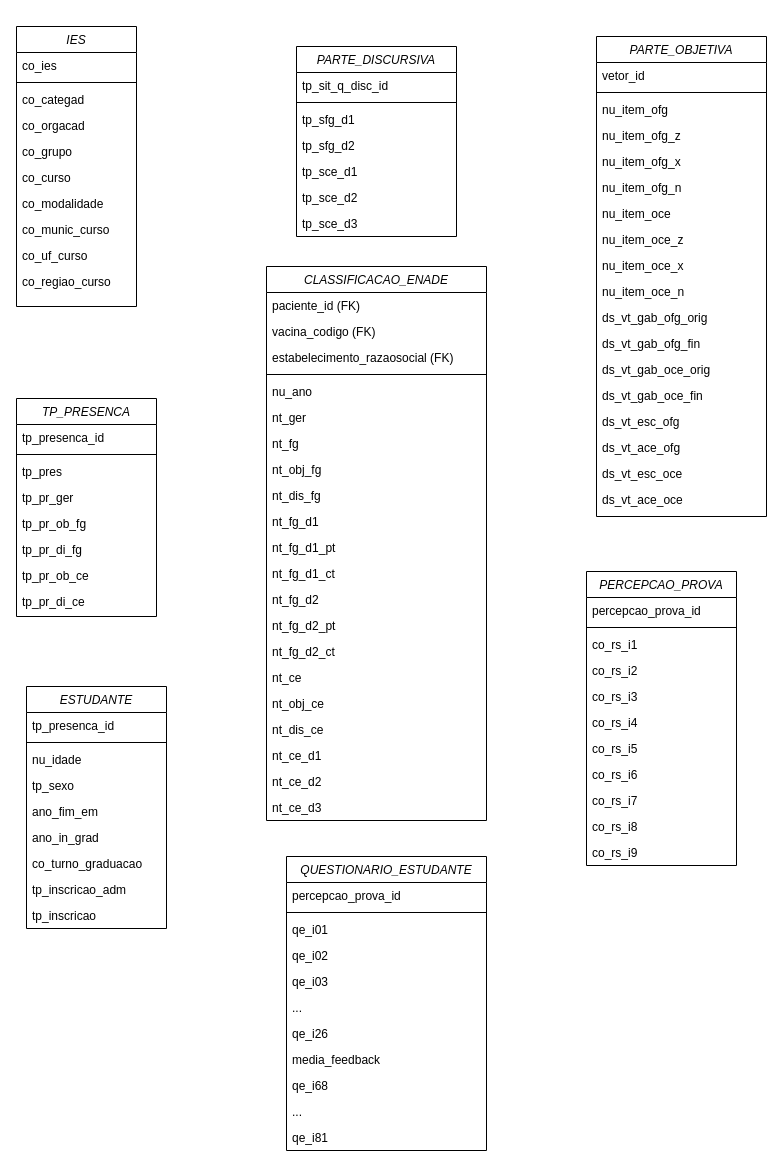
troclaux/dw-trabalho-final-individual keeps this draw.io diagram as arthur_modelo_individual.drawio. Above is the earlier version. Source tidied: cells renumbered, new cells numbered last; positions are measured from the earlier drawing's top-left corner, leaving out a move shared by most shapes. Both pictures are drawn from the tidied source at 100%, with x=0, y=0 at pixel (16, 26).
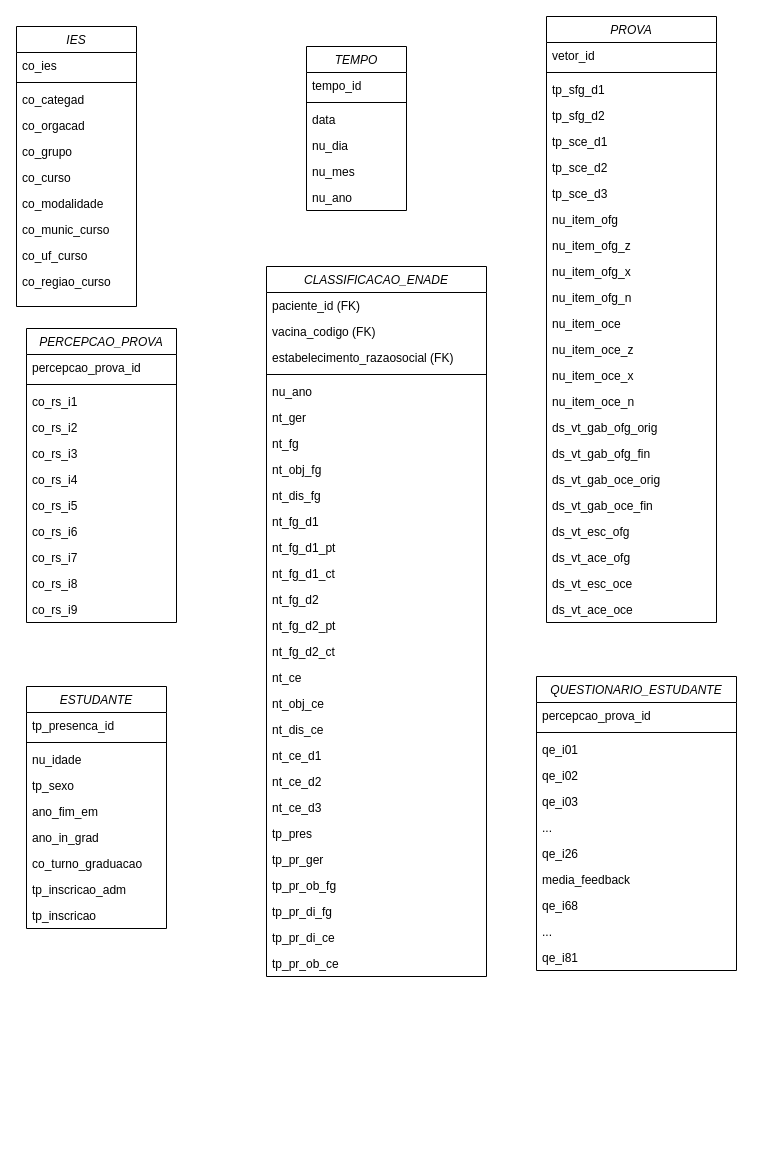
After the change.

Commit message (it also covers changes not shown here):
feat: adiciona tabela tempo

Change to the diagram source:
```diff
@@
     <mxCell id="13" value="CLASSIFICACAO_ENADE" style="swimlane;fontStyle=2;align=center;verticalAlign=top;horizontal=1;startSize=26;rounded=0;shadow=0;strokeWidth=1;" parent="1" vertex="1">
-      <mxGeometry x="250" y="240" width="220" height="554" as="geometry" />
+      <mxGeometry x="250" y="240" width="220" height="710" as="geometry" />
     </mxCell>
@@
+    <mxCell id="57" value="tp_pres" style="text;align=left;verticalAlign=top;spacingLeft=4;spacingRight=4;overflow=hidden;" parent="13" vertex="1">
+      <mxGeometry y="554" width="220" height="26" as="geometry" />
+    </mxCell>
+    <mxCell id="58" value="tp_pr_ger" style="text;align=left;verticalAlign=top;spacingLeft=4;spacingRight=4;overflow=hidden;" parent="13" vertex="1">
+      <mxGeometry y="580" width="220" height="26" as="geometry" />
+    </mxCell>
+    <mxCell id="59" value="tp_pr_ob_fg" style="text;align=left;verticalAlign=top;spacingLeft=4;spacingRight=4;overflow=hidden;" parent="13" vertex="1">
+      <mxGeometry y="606" width="220" height="26" as="geometry" />
+    </mxCell>
+    <mxCell id="60" value="tp_pr_di_fg" style="text;align=left;verticalAlign=top;spacingLeft=4;spacingRight=4;overflow=hidden;" parent="13" vertex="1">
+      <mxGeometry y="632" width="220" height="26" as="geometry" />
+    </mxCell>
+    <mxCell id="62" value="tp_pr_di_ce" style="text;align=left;verticalAlign=top;spacingLeft=4;spacingRight=4;overflow=hidden;" parent="13" vertex="1">
+      <mxGeometry y="658" width="220" height="26" as="geometry" />
+    </mxCell>
+    <mxCell id="61" value="tp_pr_ob_ce" style="text;align=left;verticalAlign=top;spacingLeft=4;spacingRight=4;overflow=hidden;" parent="13" vertex="1">
+      <mxGeometry y="684" width="220" height="26" as="geometry" />
+    </mxCell>
-    <mxCell id="35" value="PARTE_OBJETIVA" style="swimlane;fontStyle=2;align=center;verticalAlign=top;horizontal=1;startSize=26;rounded=0;shadow=0;strokeWidth=1;" parent="1" vertex="1">
-      <mxGeometry x="580" y="10" width="170" height="480" as="geometry" />
+    <mxCell id="35" value="PROVA" style="swimlane;fontStyle=2;align=center;verticalAlign=top;horizontal=1;startSize=26;rounded=0;shadow=0;strokeWidth=1;" parent="1" vertex="1">
+      <mxGeometry x="530" y="-10" width="170" height="606" as="geometry" />
     </mxCell>
@@
+    <mxCell id="66" value="tp_sfg_d1" style="text;align=left;verticalAlign=top;spacingLeft=4;spacingRight=4;overflow=hidden;" parent="35" vertex="1">
+      <mxGeometry y="60" width="170" height="26" as="geometry" />
+    </mxCell>
+    <mxCell id="67" value="tp_sfg_d2" style="text;align=left;verticalAlign=top;spacingLeft=4;spacingRight=4;overflow=hidden;" parent="35" vertex="1">
+      <mxGeometry y="86" width="170" height="26" as="geometry" />
+    </mxCell>
+    <mxCell id="68" value="tp_sce_d1" style="text;align=left;verticalAlign=top;spacingLeft=4;spacingRight=4;overflow=hidden;" parent="35" vertex="1">
+      <mxGeometry y="112" width="170" height="26" as="geometry" />
+    </mxCell>
+    <mxCell id="69" value="tp_sce_d2" style="text;align=left;verticalAlign=top;spacingLeft=4;spacingRight=4;overflow=hidden;" parent="35" vertex="1">
+      <mxGeometry y="138" width="170" height="26" as="geometry" />
+    </mxCell>
+    <mxCell id="70" value="tp_sce_d3" style="text;align=left;verticalAlign=top;spacingLeft=4;spacingRight=4;overflow=hidden;" parent="35" vertex="1">
+      <mxGeometry y="164" width="170" height="26" as="geometry" />
+    </mxCell>
     <mxCell id="38" value="nu_item_ofg" style="text;align=left;verticalAlign=top;spacingLeft=4;spacingRight=4;overflow=hidden;" parent="35" vertex="1">
-      <mxGeometry y="60" width="170" height="26" as="geometry" />
+      <mxGeometry y="190" width="170" height="26" as="geometry" />
     </mxCell>
     <mxCell id="39" value="nu_item_ofg_z" style="text;align=left;verticalAlign=top;spacingLeft=4;spacingRight=4;overflow=hidden;" parent="35" vertex="1">
-      <mxGeometry y="86" width="170" height="26" as="geometry" />
+      <mxGeometry y="216" width="170" height="26" as="geometry" />
     </mxCell>
     <mxCell id="40" value="nu_item_ofg_x" style="text;align=left;verticalAlign=top;spacingLeft=4;spacingRight=4;overflow=hidden;" parent="35" vertex="1">
-      <mxGeometry y="112" width="170" height="26" as="geometry" />
+      <mxGeometry y="242" width="170" height="26" as="geometry" />
     </mxCell>
     <mxCell id="41" value="nu_item_ofg_n" style="text;align=left;verticalAlign=top;spacingLeft=4;spacingRight=4;overflow=hidden;" parent="35" vertex="1">
-      <mxGeometry y="138" width="170" height="26" as="geometry" />
+      <mxGeometry y="268" width="170" height="26" as="geometry" />
     </mxCell>
     <mxCell id="42" value="nu_item_oce" style="text;align=left;verticalAlign=top;spacingLeft=4;spacingRight=4;overflow=hidden;" parent="35" vertex="1">
-      <mxGeometry y="164" width="170" height="26" as="geometry" />
+      <mxGeometry y="294" width="170" height="26" as="geometry" />
     </mxCell>
     <mxCell id="43" value="nu_item_oce_z" style="text;align=left;verticalAlign=top;spacingLeft=4;spacingRight=4;overflow=hidden;" parent="35" vertex="1">
-      <mxGeometry y="190" width="170" height="26" as="geometry" />
+      <mxGeometry y="320" width="170" height="26" as="geometry" />
     </mxCell>
     <mxCell id="44" value="nu_item_oce_x" style="text;align=left;verticalAlign=top;spacingLeft=4;spacingRight=4;overflow=hidden;" parent="35" vertex="1">
-      <mxGeometry y="216" width="170" height="26" as="geometry" />
+      <mxGeometry y="346" width="170" height="26" as="geometry" />
     </mxCell>
     <mxCell id="45" value="nu_item_oce_n" style="text;align=left;verticalAlign=top;spacingLeft=4;spacingRight=4;overflow=hidden;" parent="35" vertex="1">
-      <mxGeometry y="242" width="170" height="26" as="geometry" />
+      <mxGeometry y="372" width="170" height="26" as="geometry" />
     </mxCell>
     <mxCell id="46" value="ds_vt_gab_ofg_orig" style="text;align=left;verticalAlign=top;spacingLeft=4;spacingRight=4;overflow=hidden;" parent="35" vertex="1">
-      <mxGeometry y="268" width="170" height="26" as="geometry" />
+      <mxGeometry y="398" width="170" height="26" as="geometry" />
     </mxCell>
     <mxCell id="47" value="ds_vt_gab_ofg_fin" style="text;align=left;verticalAlign=top;spacingLeft=4;spacingRight=4;overflow=hidden;" parent="35" vertex="1">
-      <mxGeometry y="294" width="170" height="26" as="geometry" />
+      <mxGeometry y="424" width="170" height="26" as="geometry" />
     </mxCell>
     <mxCell id="48" value="ds_vt_gab_oce_orig" style="text;align=left;verticalAlign=top;spacingLeft=4;spacingRight=4;overflow=hidden;" parent="35" vertex="1">
-      <mxGeometry y="320" width="170" height="26" as="geometry" />
+      <mxGeometry y="450" width="170" height="26" as="geometry" />
     </mxCell>
     <mxCell id="49" value="ds_vt_gab_oce_fin" style="text;align=left;verticalAlign=top;spacingLeft=4;spacingRight=4;overflow=hidden;" parent="35" vertex="1">
-      <mxGeometry y="346" width="170" height="26" as="geometry" />
+      <mxGeometry y="476" width="170" height="26" as="geometry" />
     </mxCell>
     <mxCell id="50" value="ds_vt_esc_ofg" style="text;align=left;verticalAlign=top;spacingLeft=4;spacingRight=4;overflow=hidden;" parent="35" vertex="1">
-      <mxGeometry y="372" width="170" height="26" as="geometry" />
+      <mxGeometry y="502" width="170" height="26" as="geometry" />
     </mxCell>
     <mxCell id="51" value="ds_vt_ace_ofg" style="text;align=left;verticalAlign=top;spacingLeft=4;spacingRight=4;overflow=hidden;" parent="35" vertex="1">
-      <mxGeometry y="398" width="170" height="26" as="geometry" />
+      <mxGeometry y="528" width="170" height="26" as="geometry" />
     </mxCell>
     <mxCell id="52" value="ds_vt_esc_oce" style="text;align=left;verticalAlign=top;spacingLeft=4;spacingRight=4;overflow=hidden;" parent="35" vertex="1">
-      <mxGeometry y="424" width="170" height="26" as="geometry" />
+      <mxGeometry y="554" width="170" height="26" as="geometry" />
     </mxCell>
     <mxCell id="53" value="ds_vt_ace_oce" style="text;align=left;verticalAlign=top;spacingLeft=4;spacingRight=4;overflow=hidden;" parent="35" vertex="1">
-      <mxGeometry y="450" width="170" height="26" as="geometry" />
+      <mxGeometry y="580" width="170" height="26" as="geometry" />
     </mxCell>
-    <mxCell id="54" value="TP_PRESENCA" style="swimlane;fontStyle=2;align=center;verticalAlign=top;horizontal=1;startSize=26;rounded=0;shadow=0;strokeWidth=1;" parent="1" vertex="1">
-      <mxGeometry y="372" width="140" height="218" as="geometry" />
-    </mxCell>
-    <mxCell id="55" value="tp_presenca_id" style="text;align=left;verticalAlign=top;spacingLeft=4;spacingRight=4;overflow=hidden;" parent="54" vertex="1">
-      <mxGeometry y="26" width="140" height="26" as="geometry" />
-    </mxCell>
-    <mxCell id="56" style="line;html=1;strokeWidth=1;align=left;verticalAlign=middle;spacingTop=-1;spacingLeft=3;spacingRight=3;labelPosition=right;" parent="54" vertex="1">
-      <mxGeometry y="52" width="140" height="8" as="geometry" />
-    </mxCell>
-    <mxCell id="57" value="tp_pres" style="text;align=left;verticalAlign=top;spacingLeft=4;spacingRight=4;overflow=hidden;" parent="54" vertex="1">
-      <mxGeometry y="60" width="140" height="26" as="geometry" />
-    </mxCell>
-    <mxCell id="58" value="tp_pr_ger" style="text;align=left;verticalAlign=top;spacingLeft=4;spacingRight=4;overflow=hidden;" parent="54" vertex="1">
-      <mxGeometry y="86" width="140" height="26" as="geometry" />
-    </mxCell>
-    <mxCell id="59" value="tp_pr_ob_fg" style="text;align=left;verticalAlign=top;spacingLeft=4;spacingRight=4;overflow=hidden;" parent="54" vertex="1">
-      <mxGeometry y="112" width="140" height="26" as="geometry" />
-    </mxCell>
-    <mxCell id="60" value="tp_pr_di_fg" style="text;align=left;verticalAlign=top;spacingLeft=4;spacingRight=4;overflow=hidden;" parent="54" vertex="1">
-      <mxGeometry y="138" width="140" height="26" as="geometry" />
-    </mxCell>
-    <mxCell id="61" value="tp_pr_ob_ce" style="text;align=left;verticalAlign=top;spacingLeft=4;spacingRight=4;overflow=hidden;" parent="54" vertex="1">
-      <mxGeometry y="164" width="140" height="26" as="geometry" />
-    </mxCell>
-    <mxCell id="62" value="tp_pr_di_ce" style="text;align=left;verticalAlign=top;spacingLeft=4;spacingRight=4;overflow=hidden;" parent="54" vertex="1">
-      <mxGeometry y="190" width="140" height="26" as="geometry" />
-    </mxCell>
-    <mxCell id="63" value="PARTE_DISCURSIVA" style="swimlane;fontStyle=2;align=center;verticalAlign=top;horizontal=1;startSize=26;rounded=0;shadow=0;strokeWidth=1;" parent="1" vertex="1">
-      <mxGeometry x="280" y="20" width="160" height="190" as="geometry" />
-    </mxCell>
-    <mxCell id="64" value="tp_sit_q_disc_id" style="text;align=left;verticalAlign=top;spacingLeft=4;spacingRight=4;overflow=hidden;" parent="63" vertex="1">
-      <mxGeometry y="26" width="160" height="26" as="geometry" />
-    </mxCell>
-    <mxCell id="65" style="line;html=1;strokeWidth=1;align=left;verticalAlign=middle;spacingTop=-1;spacingLeft=3;spacingRight=3;labelPosition=right;" parent="63" vertex="1">
-      <mxGeometry y="52" width="160" height="8" as="geometry" />
-    </mxCell>
-    <mxCell id="66" value="tp_sfg_d1" style="text;align=left;verticalAlign=top;spacingLeft=4;spacingRight=4;overflow=hidden;" parent="63" vertex="1">
-      <mxGeometry y="60" width="160" height="26" as="geometry" />
-    </mxCell>
-    <mxCell id="67" value="tp_sfg_d2" style="text;align=left;verticalAlign=top;spacingLeft=4;spacingRight=4;overflow=hidden;" parent="63" vertex="1">
-      <mxGeometry y="86" width="160" height="26" as="geometry" />
-    </mxCell>
-    <mxCell id="68" value="tp_sce_d1" style="text;align=left;verticalAlign=top;spacingLeft=4;spacingRight=4;overflow=hidden;" parent="63" vertex="1">
-      <mxGeometry y="112" width="160" height="26" as="geometry" />
-    </mxCell>
-    <mxCell id="69" value="tp_sce_d2" style="text;align=left;verticalAlign=top;spacingLeft=4;spacingRight=4;overflow=hidden;" parent="63" vertex="1">
-      <mxGeometry y="138" width="160" height="26" as="geometry" />
-    </mxCell>
-    <mxCell id="70" value="tp_sce_d3" style="text;align=left;verticalAlign=top;spacingLeft=4;spacingRight=4;overflow=hidden;" parent="63" vertex="1">
-      <mxGeometry y="164" width="160" height="26" as="geometry" />
-    </mxCell>
     <mxCell id="71" value="PERCEPCAO_PROVA" style="swimlane;fontStyle=2;align=center;verticalAlign=top;horizontal=1;startSize=26;rounded=0;shadow=0;strokeWidth=1;" parent="1" vertex="1">
-      <mxGeometry x="570" y="545" width="150" height="294" as="geometry" />
+      <mxGeometry x="10" y="302" width="150" height="294" as="geometry" />
     </mxCell>
@@
     <mxCell id="93" value="QUESTIONARIO_ESTUDANTE" style="swimlane;fontStyle=2;align=center;verticalAlign=top;horizontal=1;startSize=26;rounded=0;shadow=0;strokeWidth=1;" parent="1" vertex="1">
-      <mxGeometry x="270" y="830" width="200" height="294" as="geometry" />
+      <mxGeometry x="520" y="650" width="200" height="294" as="geometry" />
     </mxCell>
@@
+    <mxCell id="105" value="TEMPO" style="swimlane;fontStyle=2;align=center;verticalAlign=top;horizontal=1;startSize=26;rounded=0;shadow=0;strokeWidth=1;" parent="1" vertex="1">
+      <mxGeometry x="290" y="20" width="100" height="164" as="geometry" />
+    </mxCell>
+    <mxCell id="106" value="tempo_id" style="text;align=left;verticalAlign=top;spacingLeft=4;spacingRight=4;overflow=hidden;" parent="105" vertex="1">
+      <mxGeometry y="26" width="100" height="26" as="geometry" />
+    </mxCell>
+    <mxCell id="107" style="line;html=1;strokeWidth=1;align=left;verticalAlign=middle;spacingTop=-1;spacingLeft=3;spacingRight=3;labelPosition=right;" parent="105" vertex="1">
+      <mxGeometry y="52" width="100" height="8" as="geometry" />
+    </mxCell>
+    <mxCell id="108" value="data" style="text;align=left;verticalAlign=top;spacingLeft=4;spacingRight=4;overflow=hidden;" parent="105" vertex="1">
+      <mxGeometry y="60" width="100" height="26" as="geometry" />
+    </mxCell>
+    <mxCell id="109" value="nu_dia" style="text;align=left;verticalAlign=top;spacingLeft=4;spacingRight=4;overflow=hidden;" parent="105" vertex="1">
+      <mxGeometry y="86" width="100" height="26" as="geometry" />
+    </mxCell>
+    <mxCell id="110" value="nu_mes" style="text;align=left;verticalAlign=top;spacingLeft=4;spacingRight=4;overflow=hidden;" parent="105" vertex="1">
+      <mxGeometry y="112" width="100" height="26" as="geometry" />
+    </mxCell>
+    <mxCell id="111" value="nu_ano" style="text;align=left;verticalAlign=top;spacingLeft=4;spacingRight=4;overflow=hidden;" parent="105" vertex="1">
+      <mxGeometry y="138" width="100" height="26" as="geometry" />
+    </mxCell>
```
